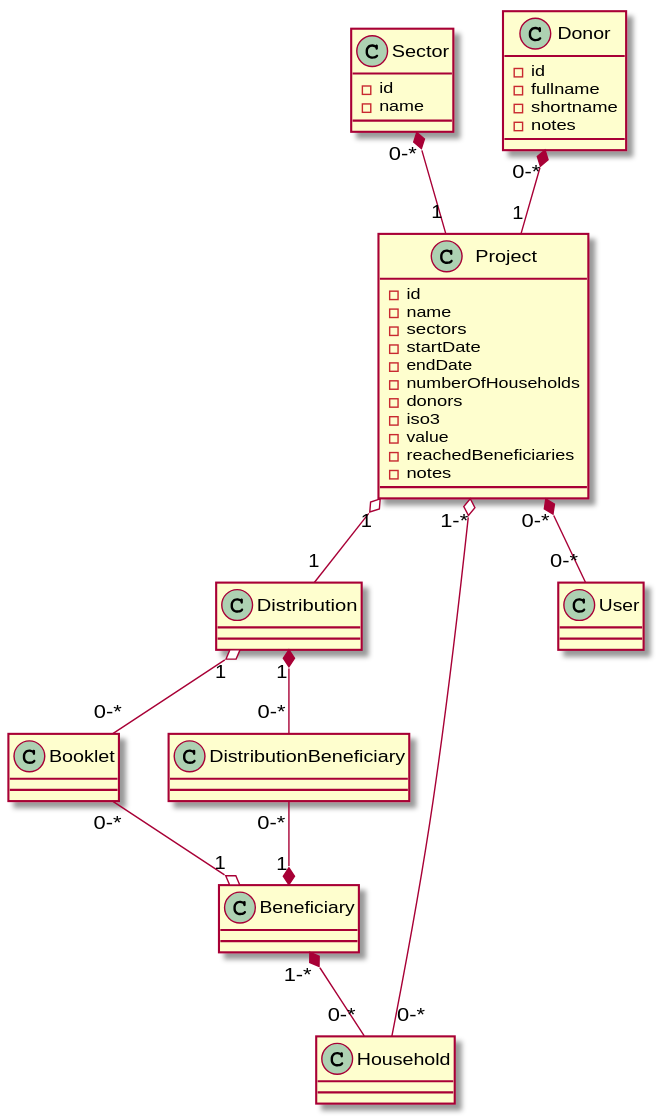
Before: src/app/models/uml/project.svg, a diagram exported from PlantUML (ReliefApplications/bms_front).
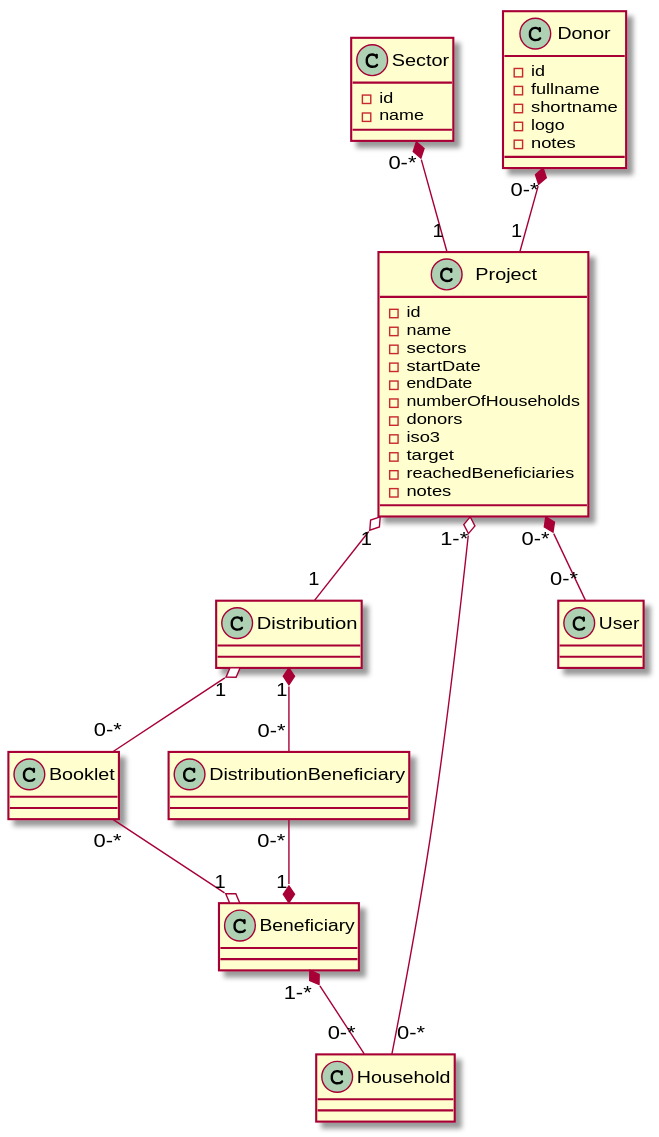
Above is the later version.

Diff of the diagram source:
```diff
@@ -8,6 +8,7 @@
     - id
     - fullname
     - shortname
+    - logo
     - notes
 }
 
@@ -20,7 +21,7 @@
     - numberOfHouseholds
     - donors
     - iso3
-    - value
+    - target
     - reachedBeneficiaries
     - notes
 }
```
